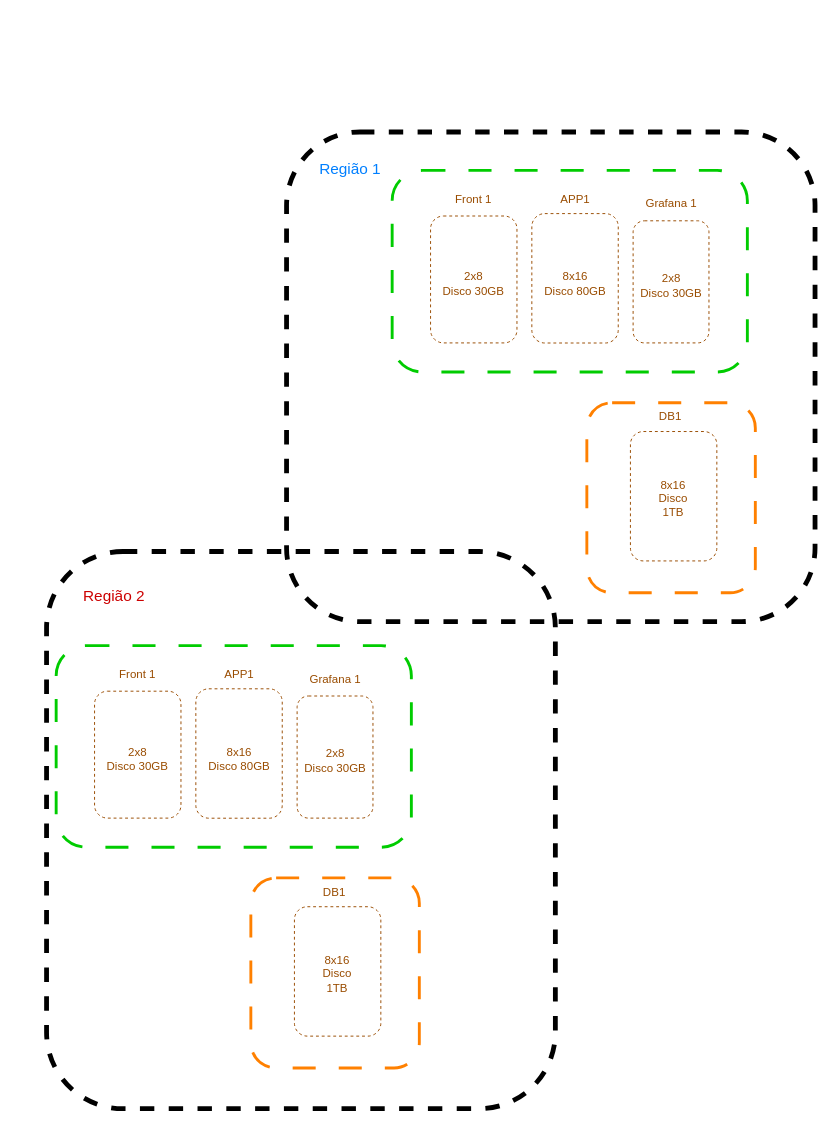
This is TESTE.drawio from KelitonVougan/diagrams, a draw.io file, before an edit. Source tidied: cells renumbered, new cells numbered last; positions are measured from the earlier drawing's top-left corner, leaving out a move shared by most shapes. Both pictures are drawn from the tidied source at 96%, with x=0, y=0 at pixel (36, 117).
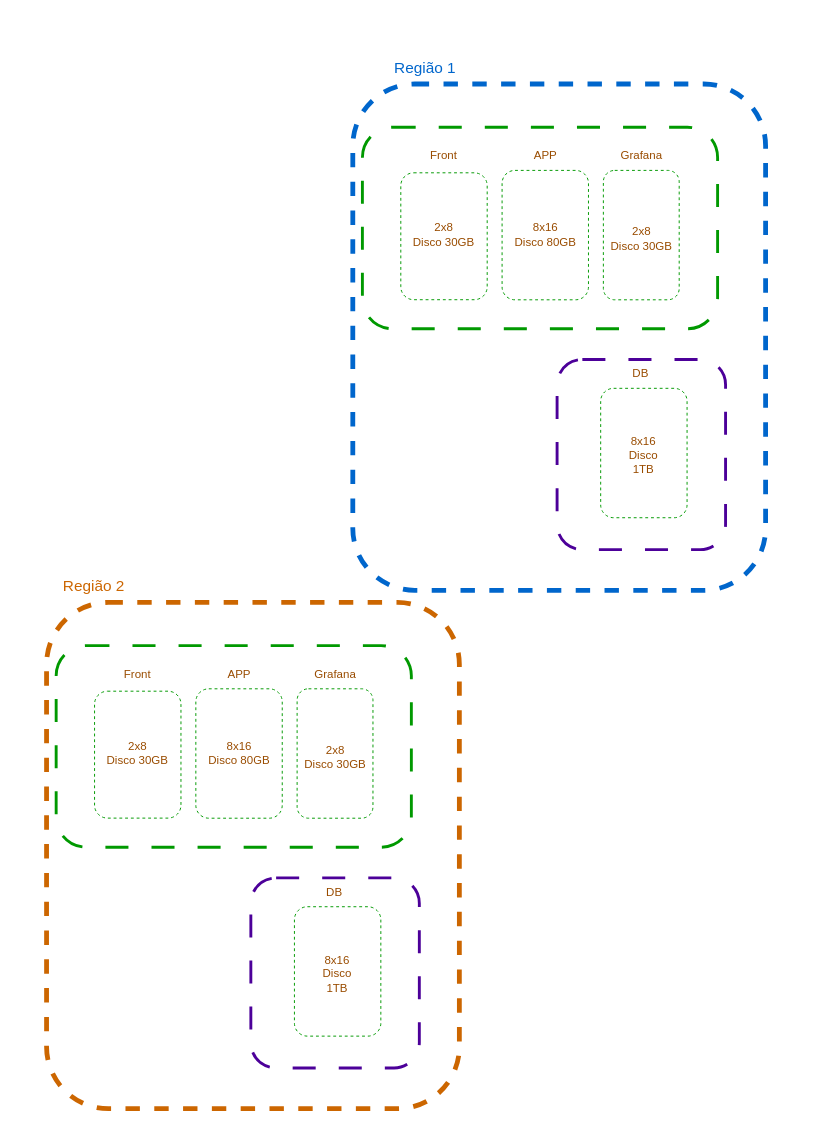
The same page after the edit.

The edit, as a diff of the source:
```diff
@@
-    <mxCell id="2" style="rounded=1;whiteSpace=wrap;html=1;strokeWidth=5;fillColor=none;dashed=1;" parent="1" vertex="1">
-      <mxGeometry x="260" y="15" width="550.5" height="510" as="geometry" />
-    </mxCell>
-    <mxCell id="3" style="rounded=1;whiteSpace=wrap;html=1;fillColor=none;strokeColor=#994C00;dashed=1;" parent="1" vertex="1">
-      <mxGeometry x="515.5" y="100" width="90" height="134.8" as="geometry" />
-    </mxCell>
-    <mxCell id="4" value="&lt;font color=&quot;#994c00&quot;&gt;APP1&lt;/font&gt;" style="text;html=1;strokeColor=none;fillColor=none;align=center;verticalAlign=middle;whiteSpace=wrap;rounded=0;dashed=1;" parent="1" vertex="1">
-      <mxGeometry x="530.5" y="70" width="60" height="30" as="geometry" />
-    </mxCell>
-    <mxCell id="5" value="&lt;div&gt;&lt;font color=&quot;#994c00&quot;&gt;8x16&lt;/font&gt;&lt;/div&gt;&lt;font color=&quot;#994c00&quot;&gt;Disco 80GB&lt;/font&gt;" style="text;html=1;strokeColor=none;fillColor=none;align=center;verticalAlign=middle;whiteSpace=wrap;rounded=0;dashed=1;" parent="1" vertex="1">
-      <mxGeometry x="525.5" y="117.5" width="70" height="110" as="geometry" />
-    </mxCell>
-    <mxCell id="6" style="rounded=1;whiteSpace=wrap;html=1;fillColor=none;strokeColor=#994C00;dashed=1;" parent="1" vertex="1">
-      <mxGeometry x="410" y="102.5" width="90" height="132.2" as="geometry" />
-    </mxCell>
-    <mxCell id="7" value="&lt;font color=&quot;#994c00&quot;&gt;Front 1&lt;br&gt;&lt;/font&gt;" style="text;html=1;strokeColor=none;fillColor=none;align=center;verticalAlign=middle;whiteSpace=wrap;rounded=0;dashed=1;" parent="1" vertex="1">
-      <mxGeometry x="425" y="70" width="60" height="30" as="geometry" />
-    </mxCell>
-    <mxCell id="8" value="&lt;div&gt;&lt;font color=&quot;#994c00&quot;&gt;2x8&lt;/font&gt;&lt;/div&gt;&lt;font color=&quot;#994c00&quot;&gt;Disco 30GB&lt;/font&gt;" style="text;html=1;strokeColor=none;fillColor=none;align=center;verticalAlign=middle;whiteSpace=wrap;rounded=0;dashed=1;" parent="1" vertex="1">
-      <mxGeometry x="420" y="117.5" width="70" height="110" as="geometry" />
-    </mxCell>
-    <mxCell id="9" style="rounded=1;whiteSpace=wrap;html=1;fillColor=none;strokeColor=#994C00;dashed=1;" parent="1" vertex="1">
-      <mxGeometry x="618.2" y="327" width="90" height="134.8" as="geometry" />
-    </mxCell>
-    <mxCell id="10" value="&lt;div&gt;&lt;font color=&quot;#994c00&quot;&gt;8x16&lt;/font&gt;&lt;/div&gt;&lt;div&gt;&lt;font color=&quot;#994c00&quot;&gt;Disco &lt;br&gt;&lt;/font&gt;&lt;/div&gt;&lt;div&gt;&lt;font color=&quot;#994c00&quot;&gt;1TB&lt;br&gt;&lt;/font&gt;&lt;/div&gt;" style="text;html=1;strokeColor=none;fillColor=none;align=center;verticalAlign=middle;whiteSpace=wrap;rounded=0;dashed=1;" parent="1" vertex="1">
-      <mxGeometry x="628.2" y="342" width="70" height="110" as="geometry" />
-    </mxCell>
-    <mxCell id="11" value="&lt;font color=&quot;#994c00&quot;&gt;DB1&lt;/font&gt;" style="text;html=1;strokeColor=none;fillColor=none;align=center;verticalAlign=middle;whiteSpace=wrap;rounded=0;dashed=1;" parent="1" vertex="1">
-      <mxGeometry x="630.2" y="297" width="60" height="30" as="geometry" />
-    </mxCell>
-    <mxCell id="12" value="&lt;font color=&quot;#994c00&quot;&gt;Grafana 1&lt;br&gt;&lt;/font&gt;" style="text;html=1;strokeColor=none;fillColor=none;align=center;verticalAlign=middle;whiteSpace=wrap;rounded=0;dashed=1;" parent="1" vertex="1">
-      <mxGeometry x="630.5" y="75" width="60" height="30" as="geometry" />
-    </mxCell>
-    <mxCell id="13" value="&lt;div&gt;&lt;font color=&quot;#994c00&quot;&gt;2x8&lt;/font&gt;&lt;/div&gt;&lt;font color=&quot;#994c00&quot;&gt;Disco 30GB&lt;/font&gt;" style="text;html=1;strokeColor=none;fillColor=none;align=center;verticalAlign=middle;whiteSpace=wrap;rounded=0;dashed=1;" parent="1" vertex="1">
-      <mxGeometry x="625.5" y="120" width="70" height="110" as="geometry" />
-    </mxCell>
-    <mxCell id="14" style="rounded=1;whiteSpace=wrap;html=1;fillColor=none;strokeColor=#994C00;dashed=1;" parent="1" vertex="1">
-      <mxGeometry x="621" y="107.5" width="79" height="127.2" as="geometry" />
-    </mxCell>
-    <mxCell id="15" value="&lt;font style=&quot;font-size: 16px;&quot; color=&quot;#007fff&quot;&gt;Região 1&lt;/font&gt;" style="text;html=1;strokeColor=none;fillColor=none;align=center;verticalAlign=middle;whiteSpace=wrap;rounded=0;dashed=1;strokeWidth=1;fontColor=#994C00;" parent="1" vertex="1">
-      <mxGeometry x="245.5" width="161" height="105" as="geometry" />
-    </mxCell>
+    <mxCell id="33" style="rounded=1;whiteSpace=wrap;html=1;fillColor=none;strokeColor=#4C0099;strokeWidth=3;dashed=1;dashPattern=8 8;" parent="1" vertex="1">
+      <mxGeometry x="222.8" y="792" width="175.5" height="198" as="geometry" />
+    </mxCell>
+    <mxCell id="32" style="rounded=1;whiteSpace=wrap;html=1;strokeWidth=5;fillColor=none;dashed=1;strokeColor=#CC6600;" parent="1" vertex="1">
+      <mxGeometry x="10" y="505" width="430" height="527.4" as="geometry" />
+    </mxCell>
+    <mxCell id="29" value="&lt;div&gt;&lt;font color=&quot;#994c00&quot;&gt;2x8&lt;/font&gt;&lt;/div&gt;&lt;font color=&quot;#994c00&quot;&gt;Disco 30GB&lt;/font&gt;" style="text;html=1;strokeColor=none;fillColor=none;align=center;verticalAlign=middle;whiteSpace=wrap;rounded=0;dashed=1;" parent="1" vertex="1">
+      <mxGeometry x="275.5" y="615" width="70" height="102.4" as="geometry" />
+    </mxCell>
+    <mxCell id="31" style="rounded=1;whiteSpace=wrap;html=1;fillColor=none;strokeColor=#009900;strokeWidth=3;dashed=1;dashPattern=8 8;" parent="1" vertex="1">
+      <mxGeometry x="20" y="550" width="370" height="210" as="geometry" />
+    </mxCell>
+    <mxCell id="30" style="rounded=1;whiteSpace=wrap;html=1;fillColor=none;strokeColor=#009900;dashed=1;" parent="1" vertex="1">
+      <mxGeometry x="271" y="595" width="79" height="134.8" as="geometry" />
+    </mxCell>
-    <mxCell id="16" value="&lt;font style=&quot;font-size: 16px;&quot; color=&quot;#cc0000&quot;&gt;Região 2&lt;br&gt;&lt;/font&gt;" style="text;html=1;strokeColor=none;fillColor=none;align=center;verticalAlign=middle;whiteSpace=wrap;rounded=0;dashed=1;strokeWidth=1;fontColor=#994C00;" parent="1" vertex="1">
-      <mxGeometry y="445" width="161" height="105" as="geometry" />
+    <mxCell id="16" value="&lt;font style=&quot;font-size: 16px;&quot; color=&quot;#cc6600&quot;&gt;Região 2&lt;br&gt;&lt;/font&gt;" style="text;html=1;strokeColor=none;fillColor=none;align=center;verticalAlign=middle;whiteSpace=wrap;rounded=0;dashed=1;strokeWidth=1;fontColor=#994C00;" parent="1" vertex="1">
+      <mxGeometry x="-21" y="435" width="161" height="105" as="geometry" />
     </mxCell>
-    <mxCell id="17" style="rounded=1;whiteSpace=wrap;html=1;fillColor=none;strokeColor=#00CC00;strokeWidth=3;dashed=1;dashPattern=8 8;" parent="1" vertex="1">
-      <mxGeometry x="370" y="55" width="370" height="210" as="geometry" />
-    </mxCell>
-    <mxCell id="18" style="rounded=1;whiteSpace=wrap;html=1;fillColor=none;strokeColor=#FF8000;strokeWidth=3;dashed=1;dashPattern=8 8;" parent="1" vertex="1">
-      <mxGeometry x="572.8" y="297" width="175.5" height="198" as="geometry" />
-    </mxCell>
-    <mxCell id="19" style="rounded=1;whiteSpace=wrap;html=1;fillColor=none;strokeColor=#994C00;dashed=1;" parent="1" vertex="1">
+    <mxCell id="19" style="rounded=1;whiteSpace=wrap;html=1;fillColor=none;strokeColor=#009900;dashed=1;" parent="1" vertex="1">
       <mxGeometry x="165.5" y="595" width="90" height="134.8" as="geometry" />
     </mxCell>
-    <mxCell id="20" value="&lt;font color=&quot;#994c00&quot;&gt;APP1&lt;/font&gt;" style="text;html=1;strokeColor=none;fillColor=none;align=center;verticalAlign=middle;whiteSpace=wrap;rounded=0;dashed=1;" parent="1" vertex="1">
+    <mxCell id="20" value="&lt;font color=&quot;#994c00&quot;&gt;APP&lt;/font&gt;" style="text;html=1;strokeColor=none;fillColor=none;align=center;verticalAlign=middle;whiteSpace=wrap;rounded=0;dashed=1;" parent="1" vertex="1">
       <mxGeometry x="180.5" y="565" width="60" height="30" as="geometry" />
     </mxCell>
     <mxCell id="21" value="&lt;div&gt;&lt;font color=&quot;#994c00&quot;&gt;8x16&lt;/font&gt;&lt;/div&gt;&lt;font color=&quot;#994c00&quot;&gt;Disco 80GB&lt;/font&gt;" style="text;html=1;strokeColor=none;fillColor=none;align=center;verticalAlign=middle;whiteSpace=wrap;rounded=0;dashed=1;" parent="1" vertex="1">
-      <mxGeometry x="175.5" y="612.5" width="70" height="110" as="geometry" />
+      <mxGeometry x="175.5" y="607.4" width="70" height="110" as="geometry" />
     </mxCell>
-    <mxCell id="22" style="rounded=1;whiteSpace=wrap;html=1;fillColor=none;strokeColor=#994C00;dashed=1;" parent="1" vertex="1">
+    <mxCell id="22" style="rounded=1;whiteSpace=wrap;html=1;fillColor=none;strokeColor=#009900;dashed=1;" parent="1" vertex="1">
       <mxGeometry x="60" y="597.5" width="90" height="132.2" as="geometry" />
     </mxCell>
-    <mxCell id="23" value="&lt;font color=&quot;#994c00&quot;&gt;Front 1&lt;br&gt;&lt;/font&gt;" style="text;html=1;strokeColor=none;fillColor=none;align=center;verticalAlign=middle;whiteSpace=wrap;rounded=0;dashed=1;" parent="1" vertex="1">
+    <mxCell id="23" value="&lt;font color=&quot;#994c00&quot;&gt;Front&lt;br&gt;&lt;/font&gt;" style="text;html=1;strokeColor=none;fillColor=none;align=center;verticalAlign=middle;whiteSpace=wrap;rounded=0;dashed=1;" parent="1" vertex="1">
       <mxGeometry x="75" y="565" width="60" height="30" as="geometry" />
     </mxCell>
     <mxCell id="24" value="&lt;div&gt;&lt;font color=&quot;#994c00&quot;&gt;2x8&lt;/font&gt;&lt;/div&gt;&lt;font color=&quot;#994c00&quot;&gt;Disco 30GB&lt;/font&gt;" style="text;html=1;strokeColor=none;fillColor=none;align=center;verticalAlign=middle;whiteSpace=wrap;rounded=0;dashed=1;" parent="1" vertex="1">
-      <mxGeometry x="70" y="612.5" width="70" height="110" as="geometry" />
+      <mxGeometry x="70" y="607.4" width="70" height="110" as="geometry" />
     </mxCell>
-    <mxCell id="25" style="rounded=1;whiteSpace=wrap;html=1;fillColor=none;strokeColor=#994C00;dashed=1;" parent="1" vertex="1">
+    <mxCell id="25" style="rounded=1;whiteSpace=wrap;html=1;fillColor=none;strokeColor=#009900;dashed=1;" parent="1" vertex="1">
       <mxGeometry x="268.2" y="822" width="90" height="134.8" as="geometry" />
     </mxCell>
@@
-    <mxCell id="27" value="&lt;font color=&quot;#994c00&quot;&gt;DB1&lt;/font&gt;" style="text;html=1;strokeColor=none;fillColor=none;align=center;verticalAlign=middle;whiteSpace=wrap;rounded=0;dashed=1;" parent="1" vertex="1">
+    <mxCell id="27" value="&lt;font color=&quot;#994c00&quot;&gt;DB&lt;/font&gt;" style="text;html=1;strokeColor=none;fillColor=none;align=center;verticalAlign=middle;whiteSpace=wrap;rounded=0;dashed=1;" parent="1" vertex="1">
       <mxGeometry x="280.2" y="792" width="60" height="30" as="geometry" />
     </mxCell>
-    <mxCell id="28" value="&lt;font color=&quot;#994c00&quot;&gt;Grafana 1&lt;br&gt;&lt;/font&gt;" style="text;html=1;strokeColor=none;fillColor=none;align=center;verticalAlign=middle;whiteSpace=wrap;rounded=0;dashed=1;" parent="1" vertex="1">
-      <mxGeometry x="280.5" y="570" width="60" height="30" as="geometry" />
+    <mxCell id="28" value="&lt;font color=&quot;#994c00&quot;&gt;Grafana&lt;br&gt;&lt;/font&gt;" style="text;html=1;strokeColor=none;fillColor=none;align=center;verticalAlign=middle;whiteSpace=wrap;rounded=0;dashed=1;" parent="1" vertex="1">
+      <mxGeometry x="280.5" y="565" width="60" height="30" as="geometry" />
     </mxCell>
-    <mxCell id="29" value="&lt;div&gt;&lt;font color=&quot;#994c00&quot;&gt;2x8&lt;/font&gt;&lt;/div&gt;&lt;font color=&quot;#994c00&quot;&gt;Disco 30GB&lt;/font&gt;" style="text;html=1;strokeColor=none;fillColor=none;align=center;verticalAlign=middle;whiteSpace=wrap;rounded=0;dashed=1;" parent="1" vertex="1">
-      <mxGeometry x="275.5" y="615" width="70" height="110" as="geometry" />
-    </mxCell>
-    <mxCell id="30" style="rounded=1;whiteSpace=wrap;html=1;fillColor=none;strokeColor=#994C00;dashed=1;" parent="1" vertex="1">
-      <mxGeometry x="271" y="602.5" width="79" height="127.2" as="geometry" />
-    </mxCell>
-    <mxCell id="31" style="rounded=1;whiteSpace=wrap;html=1;fillColor=none;strokeColor=#00CC00;strokeWidth=3;dashed=1;dashPattern=8 8;" parent="1" vertex="1">
-      <mxGeometry x="20" y="550" width="370" height="210" as="geometry" />
-    </mxCell>
-    <mxCell id="32" style="rounded=1;whiteSpace=wrap;html=1;strokeWidth=5;fillColor=none;dashed=1;" parent="1" vertex="1">
-      <mxGeometry x="10" y="452" width="530" height="580.4" as="geometry" />
-    </mxCell>
-    <mxCell id="33" style="rounded=1;whiteSpace=wrap;html=1;fillColor=none;strokeColor=#FF8000;strokeWidth=3;dashed=1;dashPattern=8 8;" parent="1" vertex="1">
-      <mxGeometry x="222.8" y="792" width="175.5" height="198" as="geometry" />
-    </mxCell>
+    <mxCell id="34" style="rounded=1;whiteSpace=wrap;html=1;fillColor=none;strokeColor=#4C0099;strokeWidth=3;dashed=1;dashPattern=8 8;" parent="1" vertex="1">
+      <mxGeometry x="541.8" y="252" width="175.5" height="198" as="geometry" />
+    </mxCell>
+    <mxCell id="35" style="rounded=1;whiteSpace=wrap;html=1;strokeWidth=5;fillColor=none;dashed=1;strokeColor=#0066CC;" parent="1" vertex="1">
+      <mxGeometry x="329" y="-35" width="430" height="527.4" as="geometry" />
+    </mxCell>
+    <mxCell id="36" value="&lt;div&gt;&lt;font color=&quot;#994c00&quot;&gt;2x8&lt;/font&gt;&lt;/div&gt;&lt;font color=&quot;#994c00&quot;&gt;Disco 30GB&lt;/font&gt;" style="text;html=1;strokeColor=none;fillColor=none;align=center;verticalAlign=middle;whiteSpace=wrap;rounded=0;dashed=1;" parent="1" vertex="1">
+      <mxGeometry x="594.5" y="75" width="70" height="102.4" as="geometry" />
+    </mxCell>
+    <mxCell id="37" style="rounded=1;whiteSpace=wrap;html=1;fillColor=none;strokeColor=#009900;strokeWidth=3;dashed=1;dashPattern=8 8;" parent="1" vertex="1">
+      <mxGeometry x="339" y="10" width="370" height="210" as="geometry" />
+    </mxCell>
+    <mxCell id="38" style="rounded=1;whiteSpace=wrap;html=1;fillColor=none;strokeColor=#009900;dashed=1;" parent="1" vertex="1">
+      <mxGeometry x="590" y="55" width="79" height="134.8" as="geometry" />
+    </mxCell>
+    <mxCell id="15" value="&lt;font style=&quot;font-size: 16px;&quot; color=&quot;#0066cc&quot;&gt;Região 1&lt;br&gt;&lt;/font&gt;" style="text;html=1;strokeColor=none;fillColor=none;align=center;verticalAlign=middle;whiteSpace=wrap;rounded=0;dashed=1;strokeWidth=1;fontColor=#994C00;" parent="1" vertex="1">
+      <mxGeometry x="323.5" y="-105" width="161" height="105" as="geometry" />
+    </mxCell>
+    <mxCell id="39" style="rounded=1;whiteSpace=wrap;html=1;fillColor=none;strokeColor=#009900;dashed=1;" parent="1" vertex="1">
+      <mxGeometry x="484.5" y="55" width="90" height="134.8" as="geometry" />
+    </mxCell>
+    <mxCell id="40" value="&lt;font color=&quot;#994c00&quot;&gt;APP&lt;/font&gt;" style="text;html=1;strokeColor=none;fillColor=none;align=center;verticalAlign=middle;whiteSpace=wrap;rounded=0;dashed=1;" parent="1" vertex="1">
+      <mxGeometry x="499.5" y="25" width="60" height="30" as="geometry" />
+    </mxCell>
+    <mxCell id="5" value="&lt;div&gt;&lt;font color=&quot;#994c00&quot;&gt;8x16&lt;/font&gt;&lt;/div&gt;&lt;font color=&quot;#994c00&quot;&gt;Disco 80GB&lt;/font&gt;" style="text;html=1;strokeColor=none;fillColor=none;align=center;verticalAlign=middle;whiteSpace=wrap;rounded=0;dashed=1;" parent="1" vertex="1">
+      <mxGeometry x="494.5" y="67.4" width="70" height="110" as="geometry" />
+    </mxCell>
+    <mxCell id="41" style="rounded=1;whiteSpace=wrap;html=1;fillColor=none;strokeColor=#009900;dashed=1;" parent="1" vertex="1">
+      <mxGeometry x="379" y="57.5" width="90" height="132.2" as="geometry" />
+    </mxCell>
+    <mxCell id="42" value="&lt;font color=&quot;#994c00&quot;&gt;Front&lt;br&gt;&lt;/font&gt;" style="text;html=1;strokeColor=none;fillColor=none;align=center;verticalAlign=middle;whiteSpace=wrap;rounded=0;dashed=1;" parent="1" vertex="1">
+      <mxGeometry x="394" y="25" width="60" height="30" as="geometry" />
+    </mxCell>
+    <mxCell id="43" value="&lt;div&gt;&lt;font color=&quot;#994c00&quot;&gt;2x8&lt;/font&gt;&lt;/div&gt;&lt;font color=&quot;#994c00&quot;&gt;Disco 30GB&lt;/font&gt;" style="text;html=1;strokeColor=none;fillColor=none;align=center;verticalAlign=middle;whiteSpace=wrap;rounded=0;dashed=1;" parent="1" vertex="1">
+      <mxGeometry x="389" y="67.4" width="70" height="110" as="geometry" />
+    </mxCell>
+    <mxCell id="44" style="rounded=1;whiteSpace=wrap;html=1;fillColor=none;strokeColor=#009900;dashed=1;" parent="1" vertex="1">
+      <mxGeometry x="587.2" y="282" width="90" height="134.8" as="geometry" />
+    </mxCell>
+    <mxCell id="10" value="&lt;div&gt;&lt;font color=&quot;#994c00&quot;&gt;8x16&lt;/font&gt;&lt;/div&gt;&lt;div&gt;&lt;font color=&quot;#994c00&quot;&gt;Disco &lt;br&gt;&lt;/font&gt;&lt;/div&gt;&lt;div&gt;&lt;font color=&quot;#994c00&quot;&gt;1TB&lt;br&gt;&lt;/font&gt;&lt;/div&gt;" style="text;html=1;strokeColor=none;fillColor=none;align=center;verticalAlign=middle;whiteSpace=wrap;rounded=0;dashed=1;" parent="1" vertex="1">
+      <mxGeometry x="597.2" y="297" width="70" height="110" as="geometry" />
+    </mxCell>
+    <mxCell id="45" value="&lt;font color=&quot;#994c00&quot;&gt;DB&lt;/font&gt;" style="text;html=1;strokeColor=none;fillColor=none;align=center;verticalAlign=middle;whiteSpace=wrap;rounded=0;dashed=1;" parent="1" vertex="1">
+      <mxGeometry x="599.2" y="252" width="60" height="30" as="geometry" />
+    </mxCell>
+    <mxCell id="46" value="&lt;font color=&quot;#994c00&quot;&gt;Grafana&lt;br&gt;&lt;/font&gt;" style="text;html=1;strokeColor=none;fillColor=none;align=center;verticalAlign=middle;whiteSpace=wrap;rounded=0;dashed=1;" parent="1" vertex="1">
+      <mxGeometry x="599.5" y="25" width="60" height="30" as="geometry" />
+    </mxCell>
```
